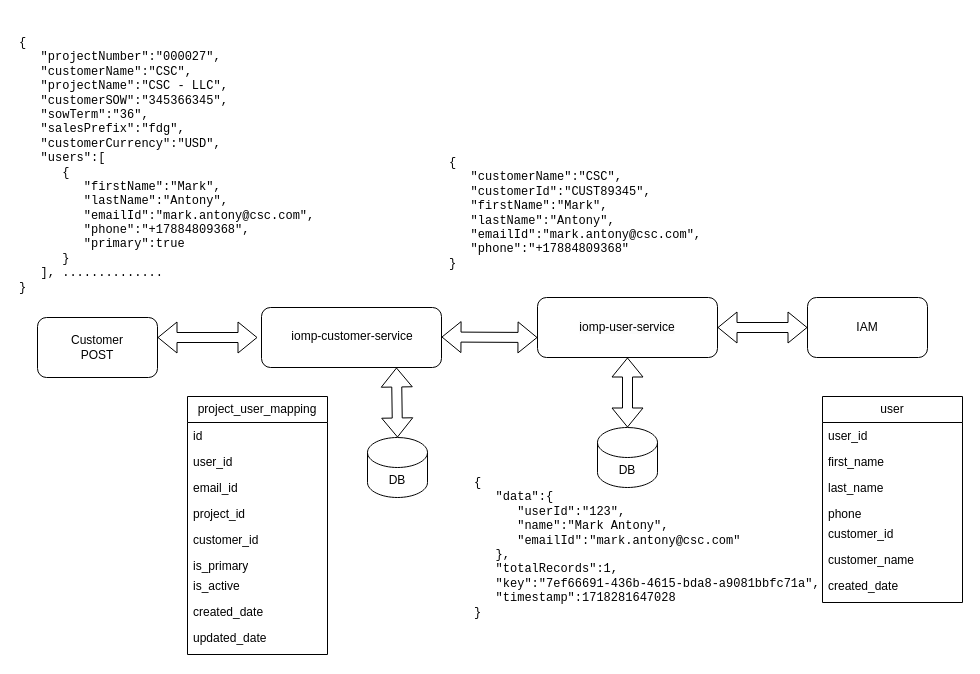
wesco-chandanabuduru/common-entities keeps this draw.io diagram as create new contact for customer account.drawio. Above is the earlier version. Source tidied: cells renumbered, new cells numbered last; positions are measured from the earlier drawing's top-left corner, leaving out a move shared by most shapes. Both pictures are drawn from the tidied source at 100%, with x=0, y=0 at pixel (17, 17).
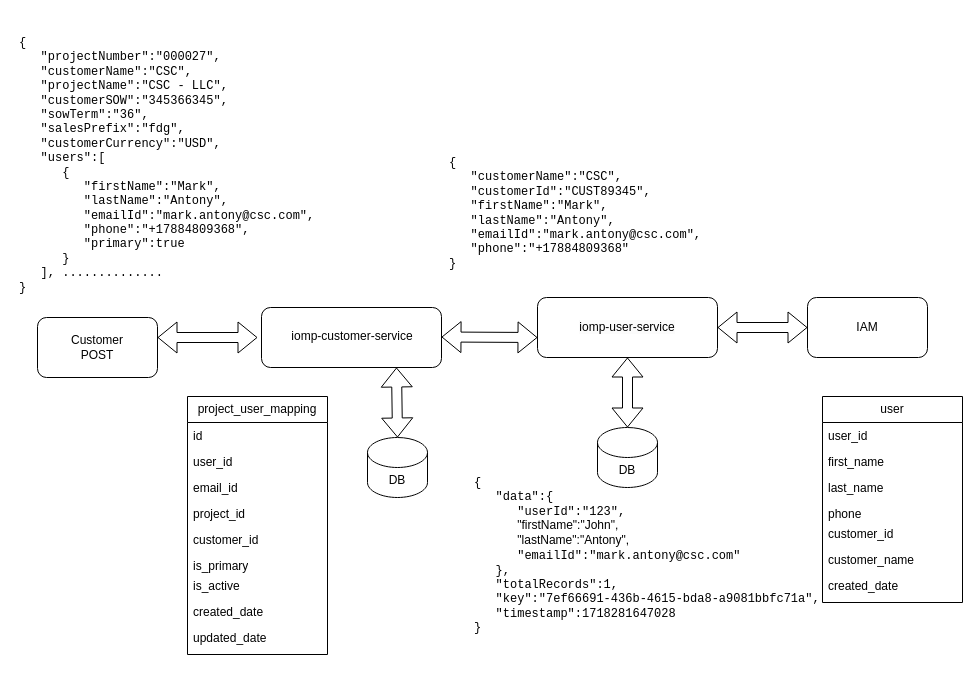
The same diagram, later.

Diff of the diagram source:
```diff
@@
-    <mxCell id="14" value="&lt;pre style=&quot;margin-top: 0px;&quot;&gt;&lt;pre&gt;&lt;pre&gt;&lt;pre&gt;&lt;span dir=&quot;ltr&quot; class=&quot;ui-provider a b c d e f g h i j k l m n o p q r s t u v w x y z ab ac ae af ag ah ai aj ak&quot;&gt;&lt;pre&gt;&lt;blockquote&gt;{&lt;br/&gt;   &quot;data&quot;:{&lt;br/&gt;      &quot;userId&quot;:&quot;123&quot;,&lt;br/&gt;      &quot;name&quot;:&quot;Mark Antony&quot;,&lt;br/&gt;      &quot;emailId&quot;:&quot;mark.antony@csc.com&quot;&lt;br/&gt;   },&lt;br/&gt;   &quot;totalRecords&quot;:1,&lt;br/&gt;   &quot;key&quot;:&quot;7ef66691-436b-4615-bda8-a9081bbfc71a&quot;,&lt;br/&gt;   &quot;timestamp&quot;:1718281647028&lt;br/&gt;}&lt;br&gt;&lt;/blockquote&gt;&lt;/pre&gt;&lt;/span&gt;&lt;/pre&gt;&lt;/pre&gt;&lt;/pre&gt;&lt;/pre&gt;" style="text;html=1;whiteSpace=wrap;overflow=hidden;rounded=0;align=left;" parent="1" vertex="1">
+    <mxCell id="14" value="&lt;pre style=&quot;margin-top: 0px;&quot;&gt;&lt;pre&gt;&lt;pre&gt;&lt;pre&gt;&lt;span dir=&quot;ltr&quot; class=&quot;ui-provider a b c d e f g h i j k l m n o p q r s t u v w x y z ab ac ae af ag ah ai aj ak&quot;&gt;&lt;pre&gt;&lt;blockquote&gt;{&lt;br&gt;   &quot;data&quot;:{&lt;br&gt;      &quot;userId&quot;:&quot;123&quot;,&lt;br&gt;      &lt;span style=&quot;white-space: normal; font-size: 9pt; line-height: 13.8px; font-family: Calibri, sans-serif;&quot; lang=&quot;EN-US&quot;&gt;&quot;firstName&quot;:&quot;John&quot;,&lt;br&gt;&amp;nbsp; &amp;nbsp; &amp;nbsp; &amp;nbsp; &amp;nbsp; &amp;nbsp; &amp;nbsp;&quot;lastName&quot;:&quot;Antony&quot;,&lt;br&gt;&lt;/span&gt;&lt;span style=&quot;font-size: medium; white-space: normal;&quot;&gt;&lt;/span&gt;      &quot;emailId&quot;:&quot;mark.antony@csc.com&quot;&lt;br&gt;   },&lt;br&gt;   &quot;totalRecords&quot;:1,&lt;br&gt;   &quot;key&quot;:&quot;7ef66691-436b-4615-bda8-a9081bbfc71a&quot;,&lt;br&gt;   &quot;timestamp&quot;:1718281647028&lt;br&gt;}&lt;br&gt;&lt;/blockquote&gt;&lt;/pre&gt;&lt;/span&gt;&lt;/pre&gt;&lt;/pre&gt;&lt;/pre&gt;&lt;/pre&gt;" style="text;html=1;whiteSpace=wrap;overflow=hidden;rounded=0;align=left;" parent="1" vertex="1">
       <mxGeometry x="415" y="440" width="390" height="190" as="geometry" />
     </mxCell>
```
